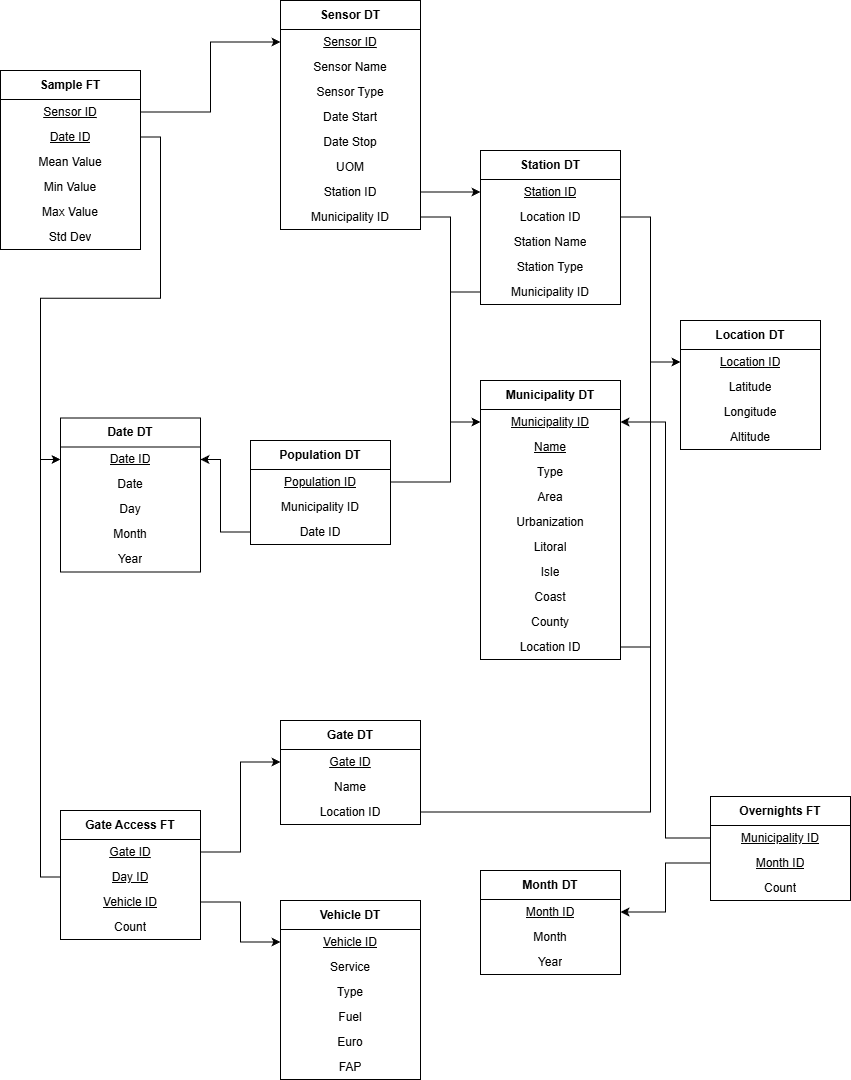
Above: docs/images/schema.png in acossi-giorgio/exploring-lombardy-through-data (draw.io), before the change. Source tidied: cells renumbered, new cells last; positions are measured from the earlier drawing's top-left corner, leaving out a move shared by most shapes.
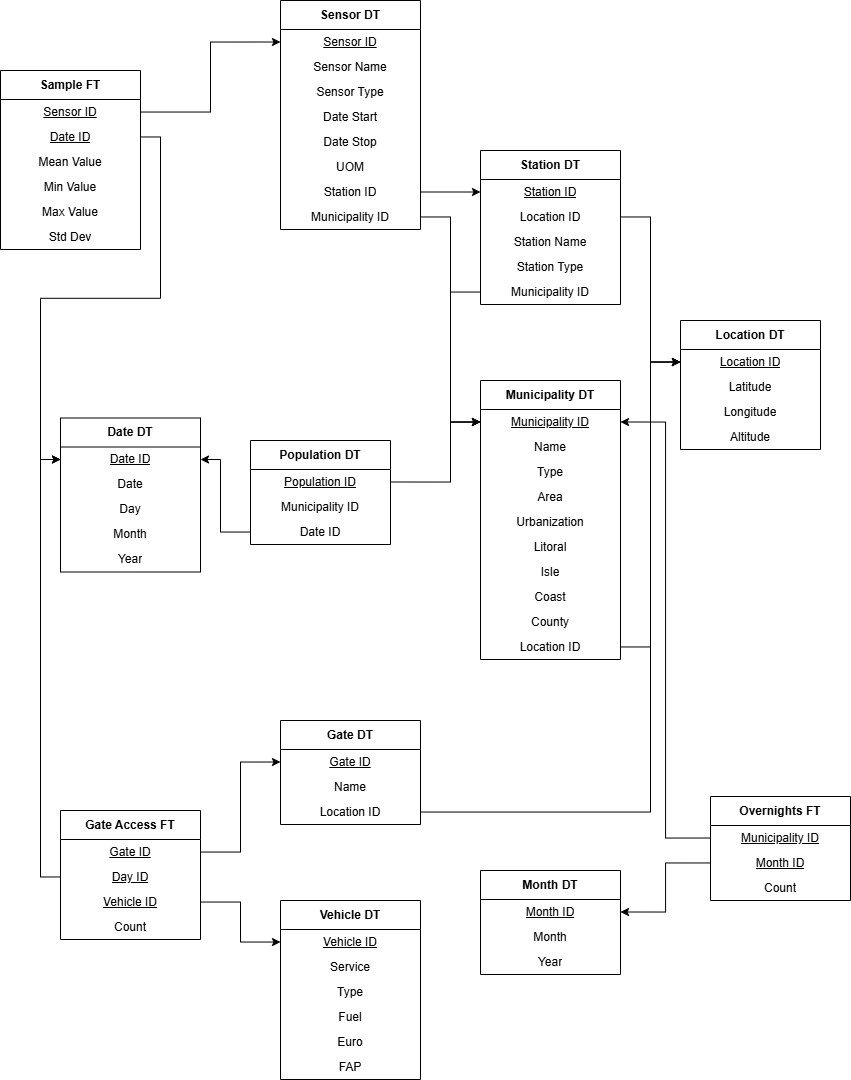
The same diagram one commit later.

Diff of the diagram source:
```diff
@@ -121,7 +121,7 @@
     <mxCell id="39" value="&lt;u&gt;Municipality ID&lt;/u&gt;" style="text;html=1;strokeColor=none;fillColor=none;align=center;verticalAlign=middle;spacingLeft=4;spacingRight=4;overflow=hidden;points=[[0,0.5],[1,0.5]];portConstraint=eastwest;whiteSpace=wrap;" parent="38" vertex="1">
       <mxGeometry y="29" width="140" height="25" as="geometry" />
     </mxCell>
-    <mxCell id="40" value="&lt;u&gt;Name&lt;/u&gt;" style="text;html=1;strokeColor=none;fillColor=none;align=center;verticalAlign=middle;spacingLeft=4;spacingRight=4;overflow=hidden;whiteSpace=wrap;" parent="38" vertex="1">
+    <mxCell id="40" value="&lt;span&gt;Name&lt;/span&gt;" style="text;html=1;strokeColor=none;fillColor=none;align=center;verticalAlign=middle;spacingLeft=4;spacingRight=4;overflow=hidden;whiteSpace=wrap;fontStyle=0;" parent="38" vertex="1">
       <mxGeometry y="54" width="140" height="25" as="geometry" />
     </mxCell>
     <mxCell id="41" value="Type" style="text;html=1;strokeColor=none;fillColor=none;align=center;verticalAlign=middle;spacingLeft=4;spacingRight=4;overflow=hidden;whiteSpace=wrap;" parent="38" vertex="1">
```
